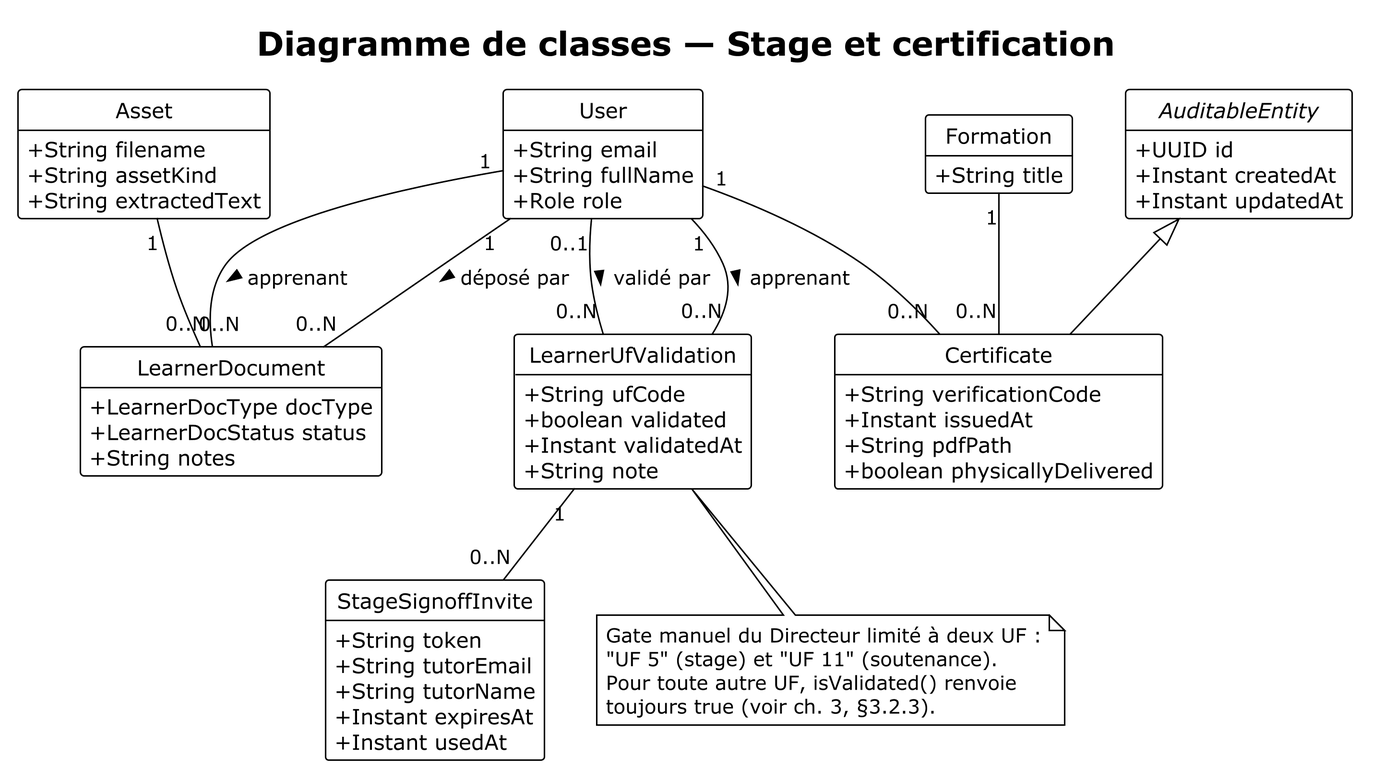
Above: diagrammes/images/diagramme_classes_stage_certification.png in aminecharro01/E-learning (PlantUML), before the change. Source of this version:
```plantuml
@startuml diagramme_classes_stage_certification
!theme plain
skinparam dpi 300
skinparam classAttributeIconSize 0
hide circle
hide empty members

title Diagramme de classes — Stage et certification

abstract class AuditableEntity {
  +UUID id
  +Instant createdAt
  +Instant updatedAt
}

class User {
  +String email
  +String fullName
  +Role role
}

class Formation {
  +String title
}

class LearnerUfValidation {
  +String ufCode
  +boolean validated
  +Instant validatedAt
  +String note
}

class StageSignoffInvite {
  +String token
  +String tutorEmail
  +String tutorName
  +Instant expiresAt
  +Instant usedAt
}

class LearnerDocument {
  +LearnerDocType docType
  +LearnerDocStatus status
  +String notes
}

class Asset {
  +String filename
  +String assetKind
  +String extractedText
}

class Certificate {
  +String verificationCode
  +Instant issuedAt
  +String pdfPath
  +boolean physicallyDelivered
}

AuditableEntity <|-- Certificate

User "1" -- "0..N" LearnerUfValidation : apprenant >
User "0..1" -- "0..N" LearnerUfValidation : validé par >
LearnerUfValidation "1" -- "0..N" StageSignoffInvite

User "1" -- "0..N" LearnerDocument : apprenant >
User "1" -- "0..N" LearnerDocument : déposé par >
Asset "1" -- "0..N" LearnerDocument

User "1" -- "0..N" Certificate
Formation "1" -- "0..N" Certificate

note bottom of LearnerUfValidation
  Gate manuel du Directeur limité à deux UF :
  "UF 5" (stage) et "UF 11" (soutenance).
  Pour toute autre UF, isValidated() renvoie
  toujours true (voir ch. 3, §3.2.3).
end note

@enduml
```
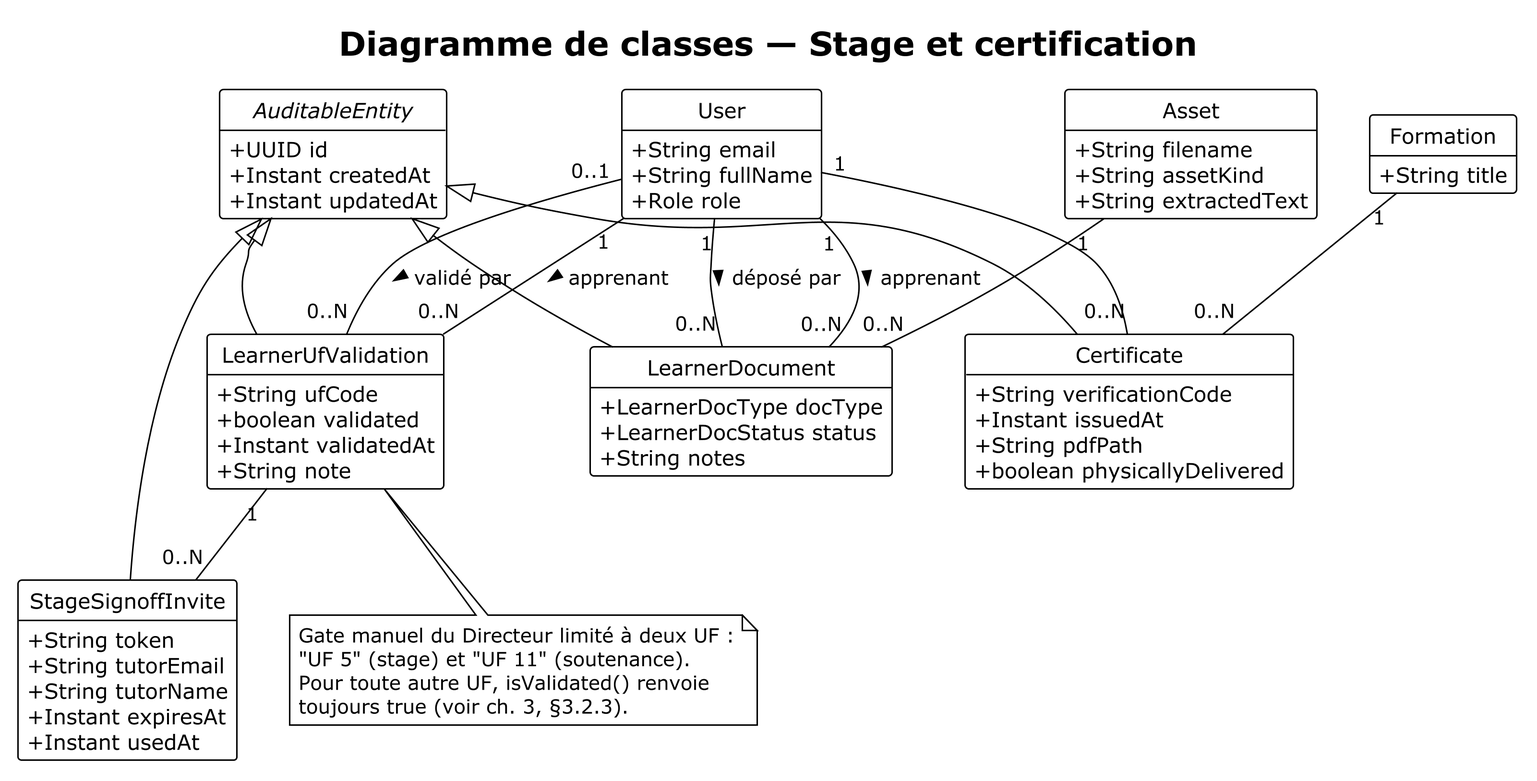
Above is the later version.

Diff of the diagram source:
```diff
@@ -57,6 +57,9 @@
   +boolean physicallyDelivered
 }
 
+AuditableEntity <|-- LearnerUfValidation
+AuditableEntity <|-- StageSignoffInvite
+AuditableEntity <|-- LearnerDocument
 AuditableEntity <|-- Certificate
 
 User "1" -- "0..N" LearnerUfValidation : apprenant >
```
